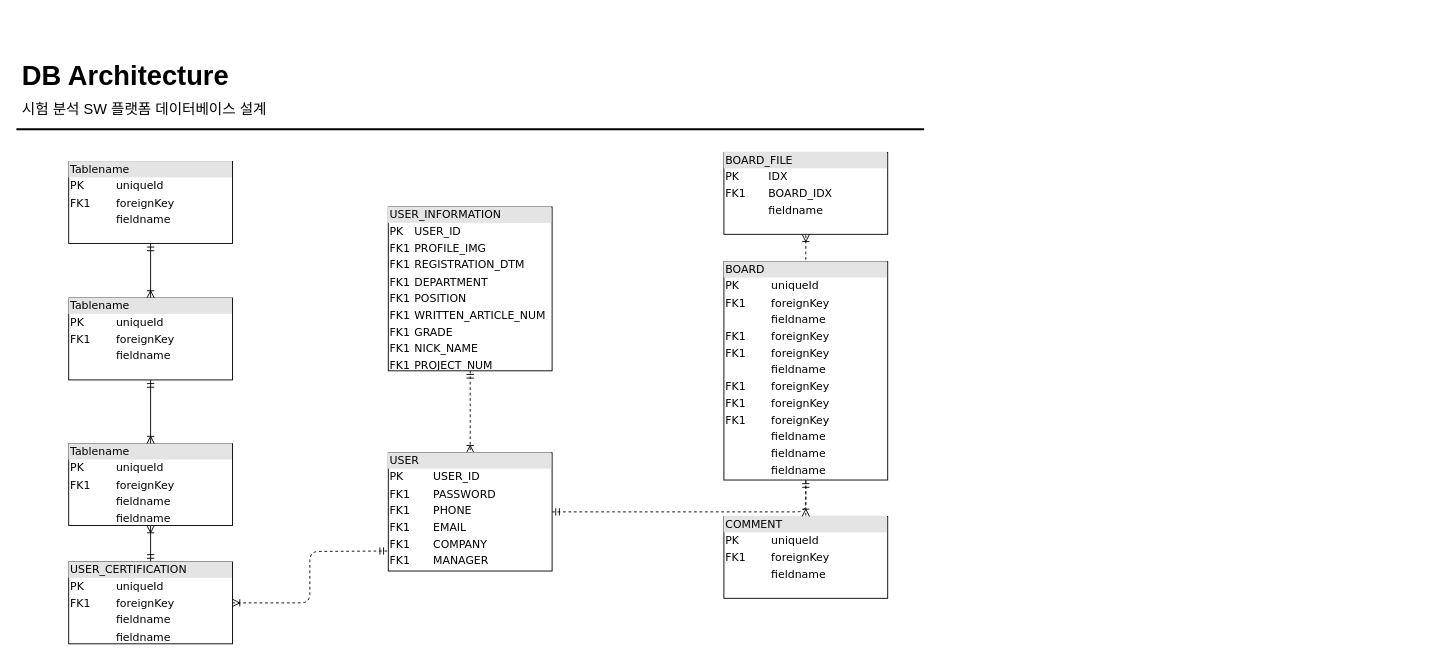
The draw.io diagram DB_architecture.drawio in penzance-jshan/test, before the edit. Source tidied: cells renumbered, new cells numbered last; positions are measured from the earlier drawing's top-left corner, leaving out a move shared by most shapes. Both pictures are drawn from the tidied source at 91%, with x=0, y=0 at pixel (15, 56).
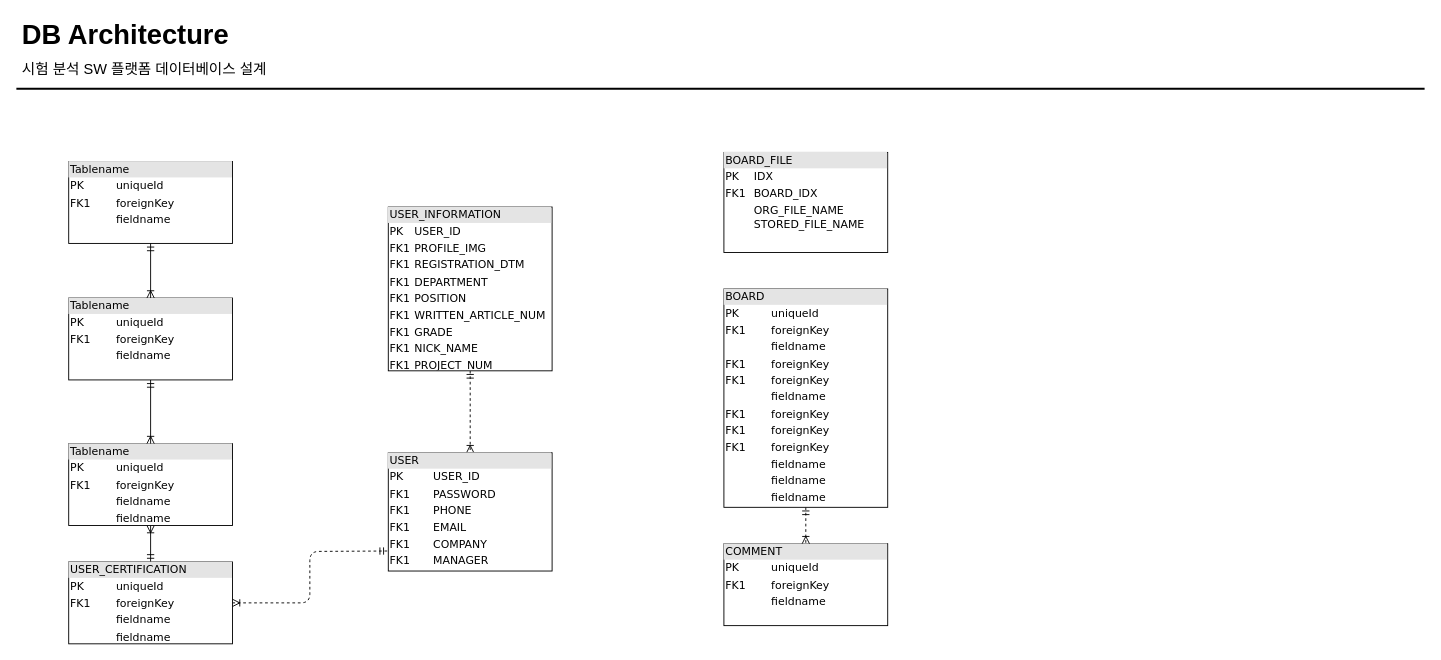
After the change.

The change refers to these unchanged cells:
```xml
<mxCell id="5" value="&lt;div style=&quot;box-sizing: border-box ; width: 100% ; background: #e4e4e4 ; padding: 2px&quot;&gt;USER&lt;/div&gt;&lt;table style=&quot;width: 100% ; font-size: 1em&quot; cellpadding=&quot;2&quot; cellspacing=&quot;0&quot;&gt;&lt;tbody&gt;&lt;tr&gt;&lt;td&gt;PK&lt;/td&gt;&lt;td&gt;USER_ID&lt;/td&gt;&lt;/tr&gt;&lt;tr&gt;&lt;td&gt;FK1&lt;/td&gt;&lt;td&gt;PASSWORD&lt;/td&gt;&lt;/tr&gt;&lt;tr&gt;&lt;td&gt;FK1&lt;/td&gt;&lt;td&gt;PHONE&lt;/td&gt;&lt;/tr&gt;&lt;tr&gt;&lt;td&gt;FK1&lt;br&gt;&lt;/td&gt;&lt;td&gt;EMAIL&lt;/td&gt;&lt;/tr&gt;&lt;tr&gt;&lt;td&gt;FK1&lt;br&gt;&lt;/td&gt;&lt;td&gt;COMPANY&lt;br&gt;&lt;/td&gt;&lt;/tr&gt;&lt;tr&gt;&lt;td&gt;FK1&lt;br&gt;&lt;/td&gt;&lt;td&gt;MANAGER&lt;/td&gt;&lt;/tr&gt;&lt;/tbody&gt;&lt;/table&gt;" style="verticalAlign=top;align=left;overflow=fill;html=1;rounded=0;shadow=0;comic=0;labelBackgroundColor=none;strokeWidth=1;fontFamily=Verdana;fontSize=12;" parent="1" vertex="1">
  <mxGeometry x="409.2" y="436" width="180" height="130" as="geometry" />
</mxCell>
```

Change to the diagram source:
```diff
@@
-    <mxCell id="4" style="edgeStyle=orthogonalEdgeStyle;html=1;dashed=1;labelBackgroundColor=none;startArrow=ERmandOne;endArrow=ERoneToMany;fontFamily=Verdana;fontSize=12;align=left;" parent="1" edge="1" source="5" target="15">
-      <mxGeometry relative="1" as="geometry" />
-    </mxCell>
@@
     <mxCell id="12" value="&lt;div style=&quot;box-sizing: border-box ; width: 100% ; background: #e4e4e4 ; padding: 2px&quot;&gt;COMMENT&lt;/div&gt;&lt;table style=&quot;width: 100% ; font-size: 1em&quot; cellpadding=&quot;2&quot; cellspacing=&quot;0&quot;&gt;&lt;tbody&gt;&lt;tr&gt;&lt;td&gt;PK&lt;/td&gt;&lt;td&gt;uniqueId&lt;/td&gt;&lt;/tr&gt;&lt;tr&gt;&lt;td&gt;FK1&lt;/td&gt;&lt;td&gt;foreignKey&lt;/td&gt;&lt;/tr&gt;&lt;tr&gt;&lt;td&gt;&lt;/td&gt;&lt;td&gt;fieldname&lt;/td&gt;&lt;/tr&gt;&lt;/tbody&gt;&lt;/table&gt;" style="verticalAlign=top;align=left;overflow=fill;html=1;rounded=0;shadow=0;comic=0;labelBackgroundColor=none;strokeWidth=1;fontFamily=Verdana;fontSize=12;" parent="1" vertex="1">
-      <mxGeometry x="778" y="506" width="180" height="90" as="geometry" />
+      <mxGeometry x="778" y="536" width="180" height="90" as="geometry" />
     </mxCell>
@@
     <mxCell id="14" value="&lt;div style=&quot;box-sizing: border-box ; width: 100% ; background: #e4e4e4 ; padding: 2px&quot;&gt;BOARD&lt;/div&gt;&lt;table style=&quot;width: 100% ; font-size: 1em&quot; cellpadding=&quot;2&quot; cellspacing=&quot;0&quot;&gt;&lt;tbody&gt;&lt;tr&gt;&lt;td&gt;PK&lt;/td&gt;&lt;td&gt;uniqueId&lt;/td&gt;&lt;/tr&gt;&lt;tr&gt;&lt;td&gt;FK1&lt;/td&gt;&lt;td&gt;foreignKey&lt;/td&gt;&lt;/tr&gt;&lt;tr&gt;&lt;td&gt;&lt;/td&gt;&lt;td&gt;fieldname&lt;/td&gt;&lt;/tr&gt;&lt;tr&gt;&lt;td&gt;FK1&lt;br&gt;&lt;/td&gt;&lt;td&gt;foreignKey&lt;br&gt;&lt;/td&gt;&lt;/tr&gt;&lt;tr&gt;&lt;td&gt;FK1&lt;br&gt;&lt;/td&gt;&lt;td&gt;foreignKey&lt;br&gt;&lt;/td&gt;&lt;/tr&gt;&lt;tr&gt;&lt;td&gt;&lt;br&gt;&lt;/td&gt;&lt;td&gt;fieldname&lt;br&gt;&lt;/td&gt;&lt;/tr&gt;&lt;tr&gt;&lt;td&gt;FK1&lt;br&gt;&lt;/td&gt;&lt;td&gt;foreignKey&lt;br&gt;&lt;/td&gt;&lt;/tr&gt;&lt;tr&gt;&lt;td&gt;FK1&lt;br&gt;&lt;/td&gt;&lt;td&gt;foreignKey&lt;br&gt;&lt;/td&gt;&lt;/tr&gt;&lt;tr&gt;&lt;td&gt;FK1&lt;br&gt;&lt;/td&gt;&lt;td&gt;foreignKey&lt;br&gt;&lt;/td&gt;&lt;/tr&gt;&lt;tr&gt;&lt;td&gt;&lt;br&gt;&lt;/td&gt;&lt;td&gt;fieldname&lt;br&gt;&lt;/td&gt;&lt;/tr&gt;&lt;tr&gt;&lt;td&gt;&lt;br&gt;&lt;/td&gt;&lt;td&gt;fieldname&lt;br&gt;&lt;/td&gt;&lt;/tr&gt;&lt;tr&gt;&lt;td&gt;&lt;br&gt;&lt;/td&gt;&lt;td&gt;fieldname&lt;br&gt;&lt;/td&gt;&lt;/tr&gt;&lt;/tbody&gt;&lt;/table&gt;" style="verticalAlign=top;align=left;overflow=fill;html=1;rounded=0;shadow=0;comic=0;labelBackgroundColor=none;strokeWidth=1;fontFamily=Verdana;fontSize=12;" parent="1" vertex="1">
-      <mxGeometry x="778" y="226" width="180" height="240" as="geometry" />
+      <mxGeometry x="778" y="256" width="180" height="240" as="geometry" />
     </mxCell>
-    <mxCell id="15" value="&lt;div style=&quot;box-sizing: border-box ; width: 100% ; background: #e4e4e4 ; padding: 2px&quot;&gt;BOARD_FILE&lt;/div&gt;&lt;table style=&quot;width: 100% ; font-size: 1em&quot; cellpadding=&quot;2&quot; cellspacing=&quot;0&quot;&gt;&lt;tbody&gt;&lt;tr&gt;&lt;td&gt;PK&lt;/td&gt;&lt;td&gt;IDX&lt;/td&gt;&lt;/tr&gt;&lt;tr&gt;&lt;td&gt;FK1&lt;/td&gt;&lt;td&gt;BOARD_IDX&lt;/td&gt;&lt;/tr&gt;&lt;tr&gt;&lt;td&gt;&lt;/td&gt;&lt;td&gt;fieldname&lt;/td&gt;&lt;/tr&gt;&lt;/tbody&gt;&lt;/table&gt;" style="verticalAlign=top;align=left;overflow=fill;html=1;rounded=0;shadow=0;comic=0;labelBackgroundColor=none;strokeWidth=1;fontFamily=Verdana;fontSize=12;" parent="1" vertex="1">
-      <mxGeometry x="778" y="106" width="180" height="90" as="geometry" />
+    <mxCell id="15" value="&lt;div style=&quot;box-sizing: border-box ; width: 100% ; background: #e4e4e4 ; padding: 2px&quot;&gt;BOARD_FILE&lt;/div&gt;&lt;table style=&quot;width: 100% ; font-size: 1em&quot; cellpadding=&quot;2&quot; cellspacing=&quot;0&quot;&gt;&lt;tbody&gt;&lt;tr&gt;&lt;td&gt;PK&lt;/td&gt;&lt;td&gt;IDX&lt;/td&gt;&lt;/tr&gt;&lt;tr&gt;&lt;td&gt;FK1&lt;/td&gt;&lt;td&gt;BOARD_IDX&lt;/td&gt;&lt;/tr&gt;&lt;tr&gt;&lt;td&gt;&lt;/td&gt;&lt;td&gt;ORG_FILE_NAME&lt;br&gt;STORED_FILE_NAME&lt;br&gt;&lt;br&gt;&lt;/td&gt;&lt;/tr&gt;&lt;/tbody&gt;&lt;/table&gt;" style="verticalAlign=top;align=left;overflow=fill;html=1;rounded=0;shadow=0;comic=0;labelBackgroundColor=none;strokeWidth=1;fontFamily=Verdana;fontSize=12;" parent="1" vertex="1">
+      <mxGeometry x="778" y="106" width="180" height="110" as="geometry" />
     </mxCell>
@@
     <mxCell id="17" value="DB Architecture" style="text;html=1;align=left;verticalAlign=top;spacingTop=-4;fontSize=30;fontStyle=1;" parent="1" vertex="1">
-      <mxGeometry x="4.5" y="0.5" width="240" height="40" as="geometry" />
+      <mxGeometry x="4.5" y="-44" width="240" height="40" as="geometry" />
     </mxCell>
     <mxCell id="18" value="시험 분석 SW 플랫폼 데이터베이스 설계" style="text;html=1;align=left;verticalAlign=top;spacingTop=-4;fontSize=16;" parent="1" vertex="1">
-      <mxGeometry x="4.5" y="46" width="300" height="20" as="geometry" />
+      <mxGeometry x="4.5" y="1.5" width="300" height="20" as="geometry" />
     </mxCell>
     <mxCell id="19" style="line;strokeWidth=2;html=1;fontSize=14;" parent="1" vertex="1">
-      <mxGeometry x="0.5" y="75.5" width="997.5" height="10" as="geometry" />
+      <mxGeometry x="0.5" y="31" width="1547.5" height="10" as="geometry" />
     </mxCell>
```
